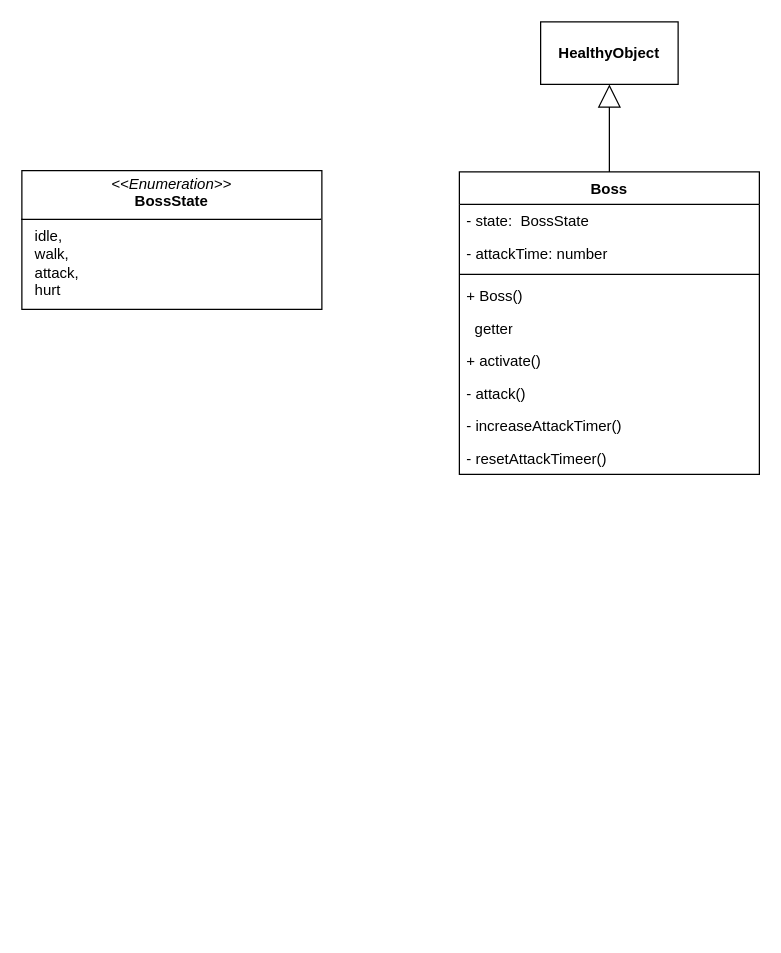
Earlier version of the draw.io diagram docs/issue/87-diagram.drawio (elma1989/el-pollo-loco). Source tidied: cells renumbered, new cells numbered last; positions are measured from the earlier drawing's top-left corner, leaving out a move shared by most shapes. Both pictures are drawn from the tidied source at 125%, with x=0, y=0 at pixel (21, 21).
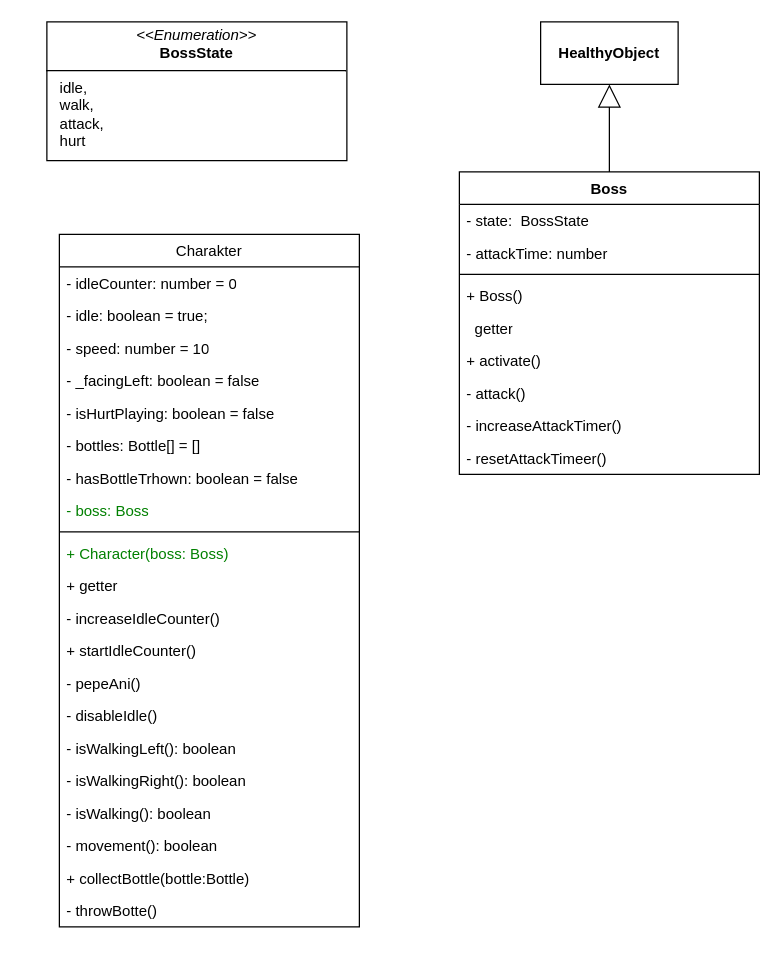
The same page after the edit.

Change to the diagram source:
```diff
@@
     <mxCell id="14" value="&lt;p style=&quot;margin:0px;margin-top:4px;text-align:center;&quot;&gt;&lt;i&gt;&amp;lt;&amp;lt;Enumeration&amp;gt;&amp;gt;&lt;/i&gt;&lt;br&gt;&lt;b&gt;BossState&lt;/b&gt;&lt;/p&gt;&lt;hr size=&quot;1&quot; style=&quot;border-style:solid;&quot;&gt;&lt;p style=&quot;margin:0px;margin-left:4px;&quot;&gt;&amp;nbsp; idle,&lt;/p&gt;&lt;p style=&quot;margin:0px;margin-left:4px;&quot;&gt;&amp;nbsp; walk,&lt;/p&gt;&lt;p style=&quot;margin:0px;margin-left:4px;&quot;&gt;&amp;nbsp; attack,&lt;/p&gt;&lt;p style=&quot;margin:0px;margin-left:4px;&quot;&gt;&amp;nbsp; hurt&lt;/p&gt;" style="verticalAlign=top;align=left;overflow=fill;html=1;whiteSpace=wrap;" parent="1" vertex="1">
-      <mxGeometry y="119" width="240" height="111" as="geometry" />
+      <mxGeometry x="20" width="240" height="111" as="geometry" />
     </mxCell>
+    <mxCell id="15" value="Charakter" style="swimlane;align=center;verticalAlign=top;horizontal=1;startSize=26;whiteSpace=wrap;html=1;strokeColor=default;fontStyle=0;" parent="1" vertex="1">
+      <mxGeometry x="30" y="170" width="240" height="554" as="geometry" />
+    </mxCell>
+    <mxCell id="16" value="- idleCounter: number = 0" style="text;strokeColor=none;fillColor=none;align=left;verticalAlign=top;spacingLeft=4;spacingRight=4;overflow=hidden;whiteSpace=wrap;html=1;fontStyle=0;" parent="15" vertex="1">
+      <mxGeometry y="26" width="240" height="26" as="geometry" />
+    </mxCell>
+    <mxCell id="17" value="- idle: boolean = true;" style="text;strokeColor=none;fillColor=none;align=left;verticalAlign=top;spacingLeft=4;spacingRight=4;overflow=hidden;whiteSpace=wrap;html=1;fontStyle=0;" parent="15" vertex="1">
+      <mxGeometry y="52" width="240" height="26" as="geometry" />
+    </mxCell>
+    <mxCell id="18" value="- speed: number = 10" style="text;strokeColor=none;fillColor=none;align=left;verticalAlign=top;spacingLeft=4;spacingRight=4;overflow=hidden;whiteSpace=wrap;html=1;fontStyle=0;" parent="15" vertex="1">
+      <mxGeometry y="78" width="240" height="26" as="geometry" />
+    </mxCell>
+    <mxCell id="19" value="- _facingLeft: boolean = false" style="text;strokeColor=none;fillColor=none;align=left;verticalAlign=top;spacingLeft=4;spacingRight=4;overflow=hidden;whiteSpace=wrap;html=1;fontStyle=0;" parent="15" vertex="1">
+      <mxGeometry y="104" width="240" height="26" as="geometry" />
+    </mxCell>
+    <mxCell id="20" value="- isHurtPlaying: boolean = false" style="text;strokeColor=none;fillColor=none;align=left;verticalAlign=top;spacingLeft=4;spacingRight=4;overflow=hidden;whiteSpace=wrap;html=1;fontStyle=0;" parent="15" vertex="1">
+      <mxGeometry y="130" width="240" height="26" as="geometry" />
+    </mxCell>
+    <mxCell id="21" value="- bottles: Bottle[] = []" style="text;strokeColor=none;fillColor=none;align=left;verticalAlign=top;spacingLeft=4;spacingRight=4;overflow=hidden;whiteSpace=wrap;html=1;fontStyle=0;fontColor=default;" parent="15" vertex="1">
+      <mxGeometry y="156" width="240" height="26" as="geometry" />
+    </mxCell>
+    <mxCell id="22" value="- hasBottleTrhown: boolean = false" style="text;strokeColor=none;fillColor=none;align=left;verticalAlign=top;spacingLeft=4;spacingRight=4;overflow=hidden;whiteSpace=wrap;html=1;fontStyle=0;fontColor=default;" parent="15" vertex="1">
+      <mxGeometry y="182" width="240" height="26" as="geometry" />
+    </mxCell>
+    <mxCell id="23" value="- boss: Boss" style="text;strokeColor=none;fillColor=none;align=left;verticalAlign=top;spacingLeft=4;spacingRight=4;overflow=hidden;whiteSpace=wrap;html=1;fontStyle=0;fontColor=light-dark(#008000,#80FF80);" parent="15" vertex="1">
+      <mxGeometry y="208" width="240" height="26" as="geometry" />
+    </mxCell>
+    <mxCell id="24" style="line;strokeWidth=1;fillColor=none;align=left;verticalAlign=middle;spacingTop=-1;spacingLeft=3;spacingRight=3;labelPosition=right;strokeColor=inherit;" parent="15" vertex="1">
+      <mxGeometry y="234" width="240" height="8" as="geometry" />
+    </mxCell>
+    <mxCell id="25" value="+ Character(boss: Boss)" style="text;strokeColor=none;fillColor=none;align=left;verticalAlign=top;spacingLeft=4;spacingRight=4;overflow=hidden;whiteSpace=wrap;html=1;fontStyle=0;fontColor=light-dark(#008000,#80FF80);" parent="15" vertex="1">
+      <mxGeometry y="242" width="240" height="26" as="geometry" />
+    </mxCell>
+    <mxCell id="26" value="+ getter" style="text;strokeColor=none;fillColor=none;align=left;verticalAlign=top;spacingLeft=4;spacingRight=4;overflow=hidden;whiteSpace=wrap;html=1;" parent="15" vertex="1">
+      <mxGeometry y="268" width="240" height="26" as="geometry" />
+    </mxCell>
+    <mxCell id="27" value="- increaseIdleCounter()" style="text;strokeColor=none;fillColor=none;align=left;verticalAlign=top;spacingLeft=4;spacingRight=4;overflow=hidden;whiteSpace=wrap;html=1;fontStyle=0;" parent="15" vertex="1">
+      <mxGeometry y="294" width="240" height="26" as="geometry" />
+    </mxCell>
+    <mxCell id="28" value="+ startIdleCounter()" style="text;strokeColor=none;fillColor=none;align=left;verticalAlign=top;spacingLeft=4;spacingRight=4;overflow=hidden;whiteSpace=wrap;html=1;fontStyle=0;" parent="15" vertex="1">
+      <mxGeometry y="320" width="240" height="26" as="geometry" />
+    </mxCell>
+    <mxCell id="29" value="- pepeAni()" style="text;strokeColor=none;fillColor=none;align=left;verticalAlign=top;spacingLeft=4;spacingRight=4;overflow=hidden;whiteSpace=wrap;html=1;fontStyle=0;" parent="15" vertex="1">
+      <mxGeometry y="346" width="240" height="26" as="geometry" />
+    </mxCell>
+    <mxCell id="30" value="- disableIdle()" style="text;strokeColor=none;fillColor=none;align=left;verticalAlign=top;spacingLeft=4;spacingRight=4;overflow=hidden;whiteSpace=wrap;html=1;fontStyle=0;" parent="15" vertex="1">
+      <mxGeometry y="372" width="240" height="26" as="geometry" />
+    </mxCell>
+    <mxCell id="31" value="- isWalkingLeft(): boolean" style="text;strokeColor=none;fillColor=none;align=left;verticalAlign=top;spacingLeft=4;spacingRight=4;overflow=hidden;whiteSpace=wrap;html=1;fontStyle=0;" parent="15" vertex="1">
+      <mxGeometry y="398" width="240" height="26" as="geometry" />
+    </mxCell>
+    <mxCell id="32" value="- isWalkingRight(): boolean" style="text;strokeColor=none;fillColor=none;align=left;verticalAlign=top;spacingLeft=4;spacingRight=4;overflow=hidden;whiteSpace=wrap;html=1;fontStyle=0;" parent="15" vertex="1">
+      <mxGeometry y="424" width="240" height="26" as="geometry" />
+    </mxCell>
+    <mxCell id="33" value="- isWalking(): boolean" style="text;strokeColor=none;fillColor=none;align=left;verticalAlign=top;spacingLeft=4;spacingRight=4;overflow=hidden;whiteSpace=wrap;html=1;fontStyle=0;" parent="15" vertex="1">
+      <mxGeometry y="450" width="240" height="26" as="geometry" />
+    </mxCell>
+    <mxCell id="34" value="- movement(): boolean" style="text;strokeColor=none;fillColor=none;align=left;verticalAlign=top;spacingLeft=4;spacingRight=4;overflow=hidden;whiteSpace=wrap;html=1;fontStyle=0;" parent="15" vertex="1">
+      <mxGeometry y="476" width="240" height="26" as="geometry" />
+    </mxCell>
+    <mxCell id="35" value="+ collectBottle(bottle:Bottle)" style="text;strokeColor=none;fillColor=none;align=left;verticalAlign=top;spacingLeft=4;spacingRight=4;overflow=hidden;whiteSpace=wrap;html=1;fontStyle=0;fontColor=default;" parent="15" vertex="1">
+      <mxGeometry y="502" width="240" height="26" as="geometry" />
+    </mxCell>
+    <mxCell id="36" value="- throwBotte()" style="text;strokeColor=none;fillColor=none;align=left;verticalAlign=top;spacingLeft=4;spacingRight=4;overflow=hidden;whiteSpace=wrap;html=1;fontStyle=0;fontColor=default;" parent="15" vertex="1">
+      <mxGeometry y="528" width="240" height="26" as="geometry" />
+    </mxCell>
```
